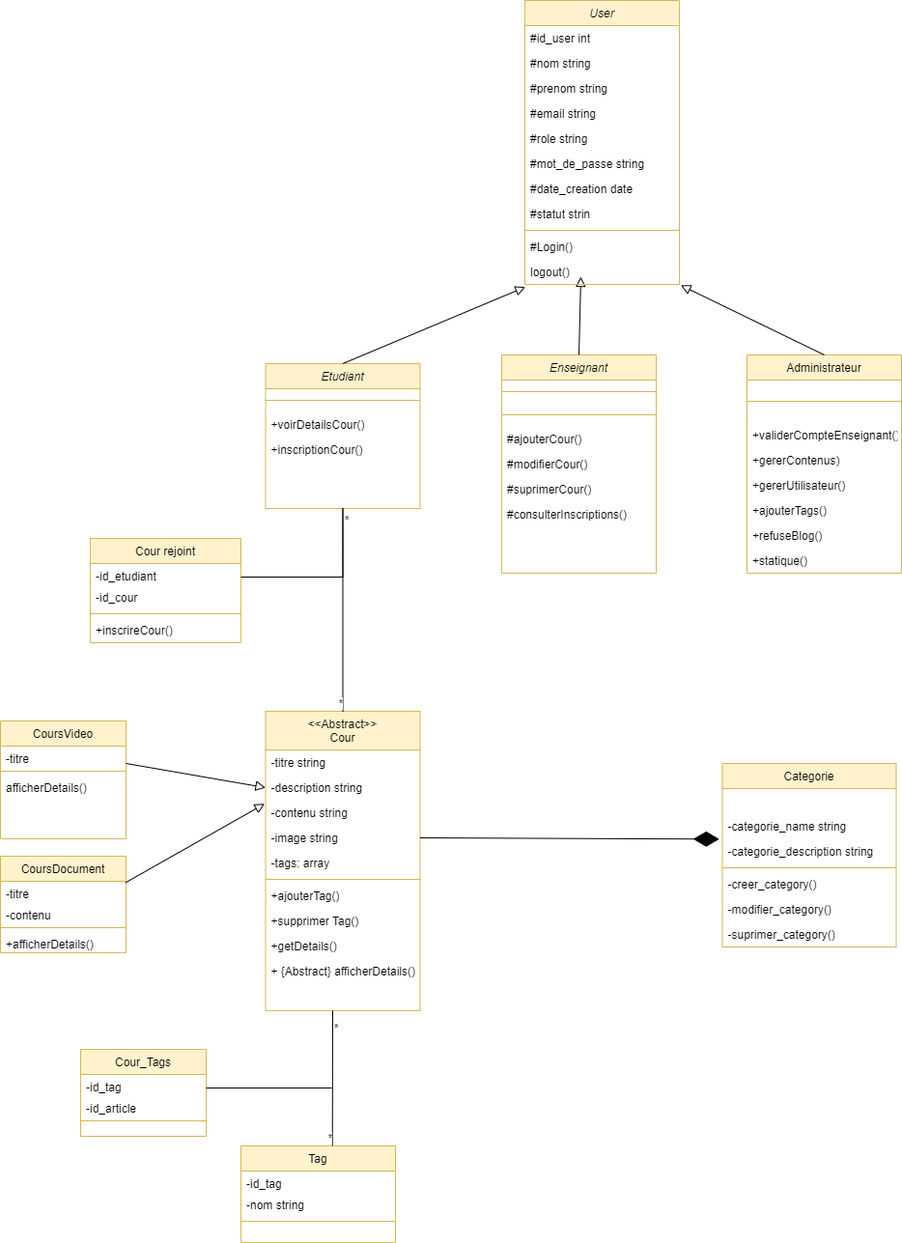
Before: diagrams/class-diagram.drawio.png, a diagram exported from draw.io (Abdelmoudiri/Youdemy). Source tidied: cells renumbered, new cells last; positions are measured from the earlier drawing's top-left corner, leaving out a move shared by most shapes.
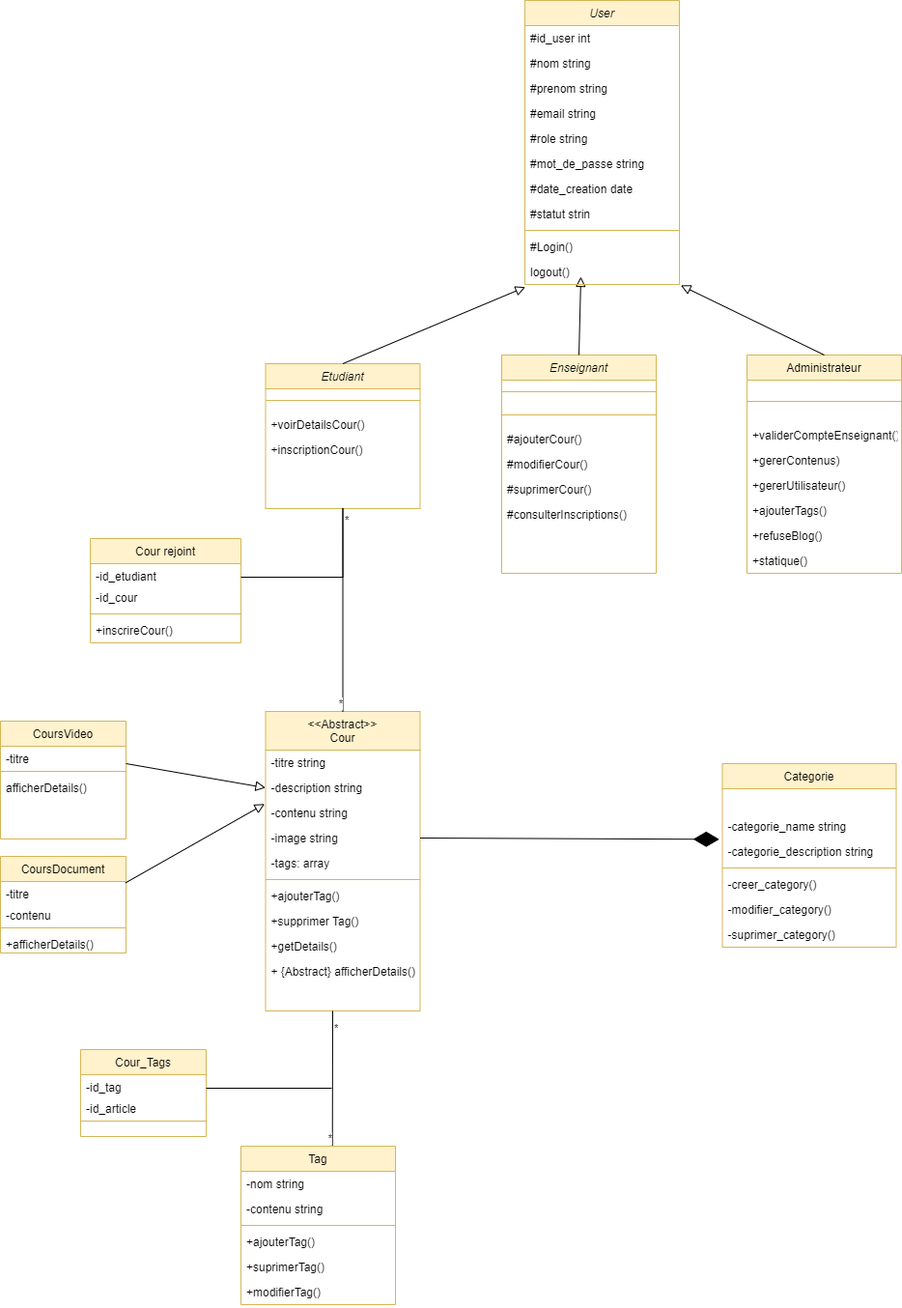
After the commit.

Diff of the diagram source:
```diff
@@ -93,17 +93,26 @@
       <mxGeometry y="256" width="160" height="26" as="geometry" />
     </mxCell>
     <mxCell id="32" value="Tag" style="swimlane;fontStyle=0;align=center;verticalAlign=top;horizontal=1;startSize=26;rounded=0;shadow=0;strokeWidth=1;fillColor=#fff2cc;strokeColor=#d6b656;" parent="1" vertex="1">
-      <mxGeometry x="249" y="1186" width="160" height="100" as="geometry" />
+      <mxGeometry x="249" y="1186" width="160" height="164" as="geometry" />
     </mxCell>
-    <mxCell id="33" value="-id_tag" style="text;align=left;verticalAlign=top;spacingLeft=4;spacingRight=4;overflow=hidden;" parent="32" vertex="1">
-      <mxGeometry y="26" width="160" height="22" as="geometry" />
-    </mxCell>
     <mxCell id="34" value="-nom string" style="text;align=left;verticalAlign=top;spacingLeft=4;spacingRight=4;overflow=hidden;" parent="32" vertex="1">
-      <mxGeometry y="48" width="160" height="26" as="geometry" />
+      <mxGeometry y="26" width="160" height="26" as="geometry" />
     </mxCell>
+    <mxCell id="88" value="-contenu string" style="text;align=left;verticalAlign=top;spacingLeft=4;spacingRight=4;overflow=hidden;" parent="32" vertex="1">
+      <mxGeometry y="52" width="160" height="26" as="geometry" />
+    </mxCell>
     <mxCell id="35" style="line;html=1;strokeWidth=1;align=left;verticalAlign=middle;spacingTop=-1;spacingLeft=3;spacingRight=3;labelPosition=right;fillColor=#fff2cc;strokeColor=#d6b656;" parent="32" vertex="1">
-      <mxGeometry y="74" width="160" height="8" as="geometry" />
+      <mxGeometry y="78" width="160" height="8" as="geometry" />
     </mxCell>
+    <mxCell id="89" value="+ajouterTag()" style="text;align=left;verticalAlign=top;spacingLeft=4;spacingRight=4;overflow=hidden;" parent="32" vertex="1">
+      <mxGeometry y="86" width="160" height="26" as="geometry" />
+    </mxCell>
+    <mxCell id="90" value="+suprimerTag()" style="text;align=left;verticalAlign=top;spacingLeft=4;spacingRight=4;overflow=hidden;" parent="32" vertex="1">
+      <mxGeometry y="112" width="160" height="26" as="geometry" />
+    </mxCell>
+    <mxCell id="91" value="+modifierTag()" style="text;align=left;verticalAlign=top;spacingLeft=4;spacingRight=4;overflow=hidden;" parent="32" vertex="1">
+      <mxGeometry y="138" width="160" height="26" as="geometry" />
+    </mxCell>
     <mxCell id="36" value="Cour_Tags" style="swimlane;fontStyle=0;align=center;verticalAlign=top;horizontal=1;startSize=26;rounded=0;shadow=0;strokeWidth=1;fillColor=#fff2cc;strokeColor=#d6b656;" parent="1" vertex="1">
       <mxGeometry x="83" y="1086" width="130" height="90" as="geometry" />
     </mxCell>
```
